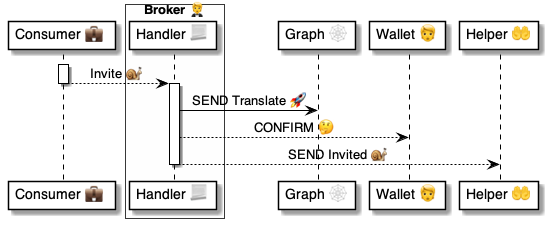
Earlier version of the PlantUML export 4 ⚙️ Solution/20 🧑‍🦰 UI/Brokers 🤵/🤵🅰️ Broker methods/Share 💼 Invite 💼🐌🤵/🤵 Invite ⚙️ uml.png (pollyweb-org/pollyweb-docs). Its source is kept beside it as 4 ⚙️ Solution/20 🧑‍🦰 UI/Brokers 🤵/🤵🅰️ Broker methods/Share 💼 Invite 💼🐌🤵/🤵 Invite ⚙️ uml.puml.
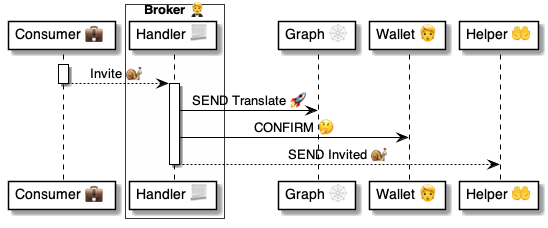
Above is the later version.

Change to the diagram source:
```diff
@@ -17,7 +17,7 @@
 
 activate broker
     broker -> graph: SEND Translate 🚀
-    broker --> user: CONFIRM 🤔
+    broker -> user: CONFIRM 🤔
     broker --> invitee: SEND Invited 🐌
 deactivate broker
 
```
